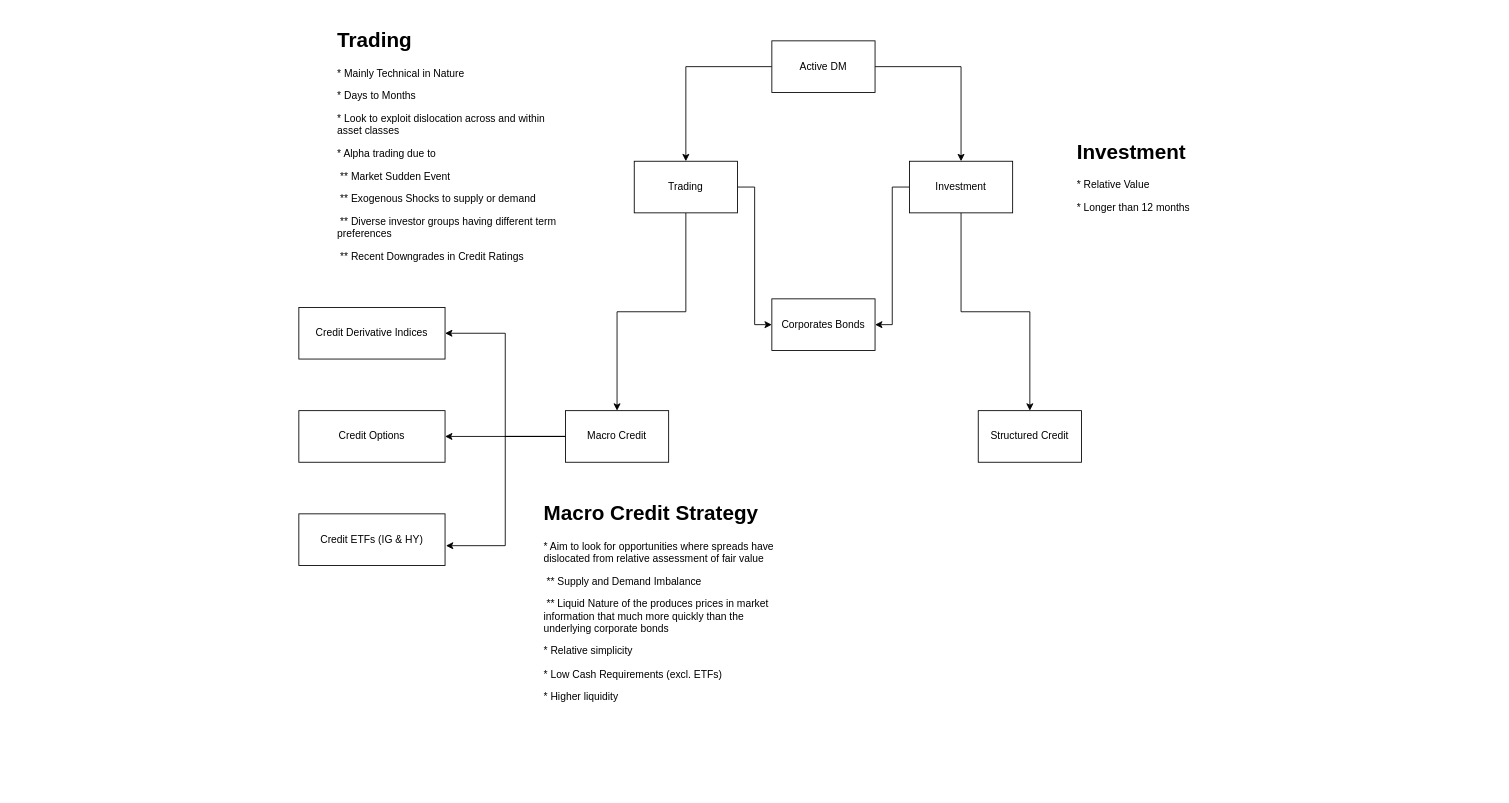
Earlier version of the draw.io diagram Untitled Diagram.drawio (PodorCN/NoteBook). Source tidied: cells renumbered, new cells numbered last; positions are measured from the earlier drawing's top-left corner, leaving out a move shared by most shapes. Both pictures are drawn from the tidied source at 86%, with x=0, y=0 at pixel (298, 23).
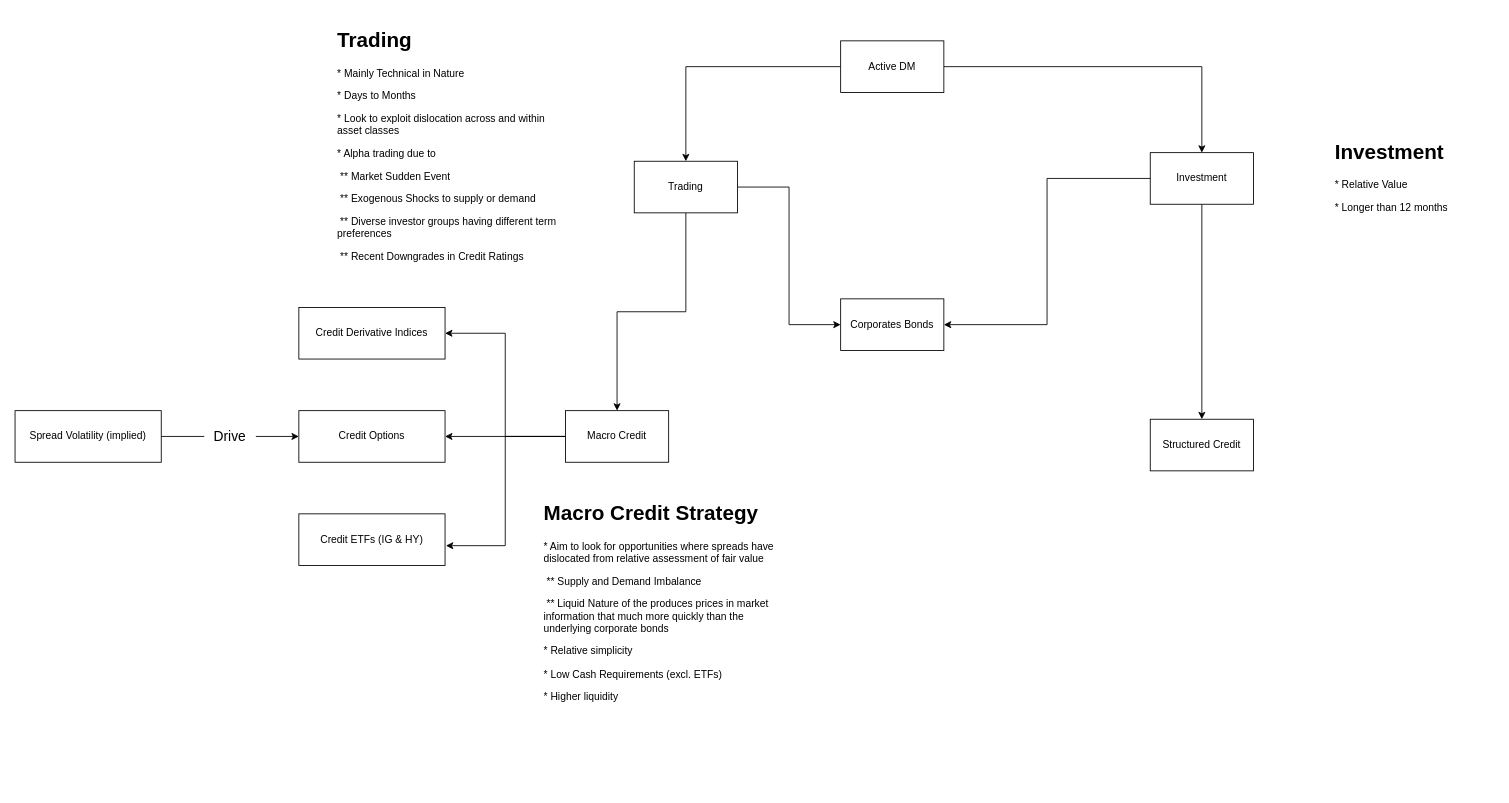
Above is the later version.

The change refers to these unchanged cells:
```xml
<mxCell id="21" value="Credit Options" style="whiteSpace=wrap;html=1;" parent="1" vertex="1">
  <mxGeometry y="450" width="170" height="60" as="geometry" />
</mxCell>
```

What changed in the source:
```diff
@@
     <mxCell id="4" value="Active DM" style="whiteSpace=wrap;html=1;" parent="1" vertex="1">
-      <mxGeometry x="550" y="20" width="120" height="60" as="geometry" />
+      <mxGeometry x="630" y="20" width="120" height="60" as="geometry" />
     </mxCell>
@@
     <mxCell id="10" value="Investment" style="whiteSpace=wrap;html=1;" parent="1" vertex="1">
-      <mxGeometry x="710" y="160" width="120" height="60" as="geometry" />
+      <mxGeometry x="990" y="150" width="120" height="60" as="geometry" />
     </mxCell>
@@
     <mxCell id="12" value="&lt;h1&gt;Investment&lt;/h1&gt;&lt;p&gt;* Relative Value&lt;/p&gt;&lt;p&gt;* Longer than 12 months&lt;/p&gt;" style="text;html=1;strokeColor=none;fillColor=none;spacing=5;spacingTop=-20;whiteSpace=wrap;overflow=hidden;rounded=0;" parent="1" vertex="1">
-      <mxGeometry x="900" y="130" width="190" height="120" as="geometry" />
+      <mxGeometry x="1200" y="130" width="190" height="120" as="geometry" />
     </mxCell>
@@
     <mxCell id="17" value="Corporates Bonds" style="whiteSpace=wrap;html=1;" parent="1" vertex="1">
-      <mxGeometry x="550" y="320" width="120" height="60" as="geometry" />
+      <mxGeometry x="630" y="320" width="120" height="60" as="geometry" />
     </mxCell>
     <mxCell id="18" value="Structured Credit" style="whiteSpace=wrap;html=1;" parent="1" vertex="1">
-      <mxGeometry x="790" y="450" width="120" height="60" as="geometry" />
+      <mxGeometry x="990" y="460" width="120" height="60" as="geometry" />
     </mxCell>
@@
     <mxCell id="22" value="&lt;h1&gt;Macro Credit Strategy&lt;/h1&gt;&lt;p&gt;* Aim to look for opportunities where spreads have dislocated from relative assessment of fair value&lt;/p&gt;&lt;p&gt;&lt;span style=&quot;white-space: pre&quot;&gt; &lt;/span&gt;** Supply and Demand Imbalance&lt;/p&gt;&lt;p&gt;&lt;span style=&quot;white-space: pre&quot;&gt; &lt;/span&gt;** Liquid Nature of the produces prices in market information that much more quickly than the underlying corporate bonds&lt;br&gt;&lt;/p&gt;&lt;p&gt;* Relative simplicity&lt;/p&gt;&lt;p&gt;* Low Cash Requirements (excl. ETFs)&lt;/p&gt;&lt;p&gt;* Higher liquidity&lt;/p&gt;" style="text;html=1;strokeColor=none;fillColor=none;spacing=5;spacingTop=-20;whiteSpace=wrap;overflow=hidden;rounded=0;" parent="1" vertex="1">
-      <mxGeometry x="280" y="550" width="290" height="260" as="geometry" />
+      <mxGeometry x="280" y="550" width="280" height="340" as="geometry" />
     </mxCell>
+    <mxCell id="23" style="edgeStyle=orthogonalEdgeStyle;rounded=0;jettySize=auto;html=1;fontSize=16;startArrow=none;" parent="1" edge="1" source="25" target="21">
+      <mxGeometry relative="1" as="geometry" />
+    </mxCell>
+    <mxCell id="24" value="Spread Volatility (implied)" style="whiteSpace=wrap;html=1;" parent="1" vertex="1">
+      <mxGeometry x="-330" y="450" width="170" height="60" as="geometry" />
+    </mxCell>
+    <mxCell id="25" value="Drive" style="text;html=1;strokeColor=none;fillColor=none;align=center;verticalAlign=middle;whiteSpace=wrap;rounded=0;fontSize=16;" parent="1" vertex="1">
+      <mxGeometry x="-110" y="465" width="60" height="30" as="geometry" />
+    </mxCell>
+    <mxCell id="26" style="edgeStyle=orthogonalEdgeStyle;rounded=0;jettySize=auto;html=1;fontSize=16;endArrow=none;" parent="1" edge="1" source="24" target="25">
+      <mxGeometry relative="1" as="geometry" />
+    </mxCell>
```
